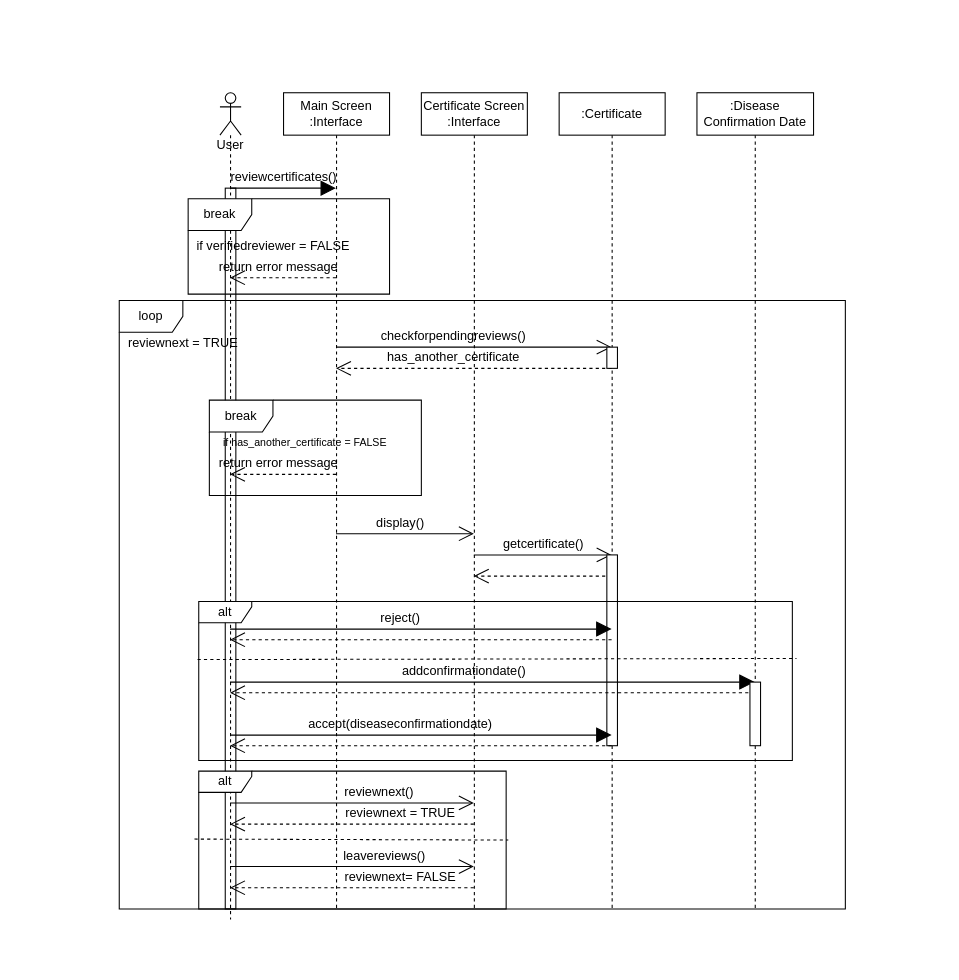
The draw.io diagram Documents/DrawioResources/4th cycle/SequenceDiagramCertificateReview.drawio in Mario-Sama/SoftEngProject2021, before the edit. Source tidied: cells renumbered, new cells numbered last; positions are measured from the earlier drawing's top-left corner, leaving out a move shared by most shapes. Both pictures are drawn from the tidied source at 106%, with x=0, y=0 at pixel (119, 92).
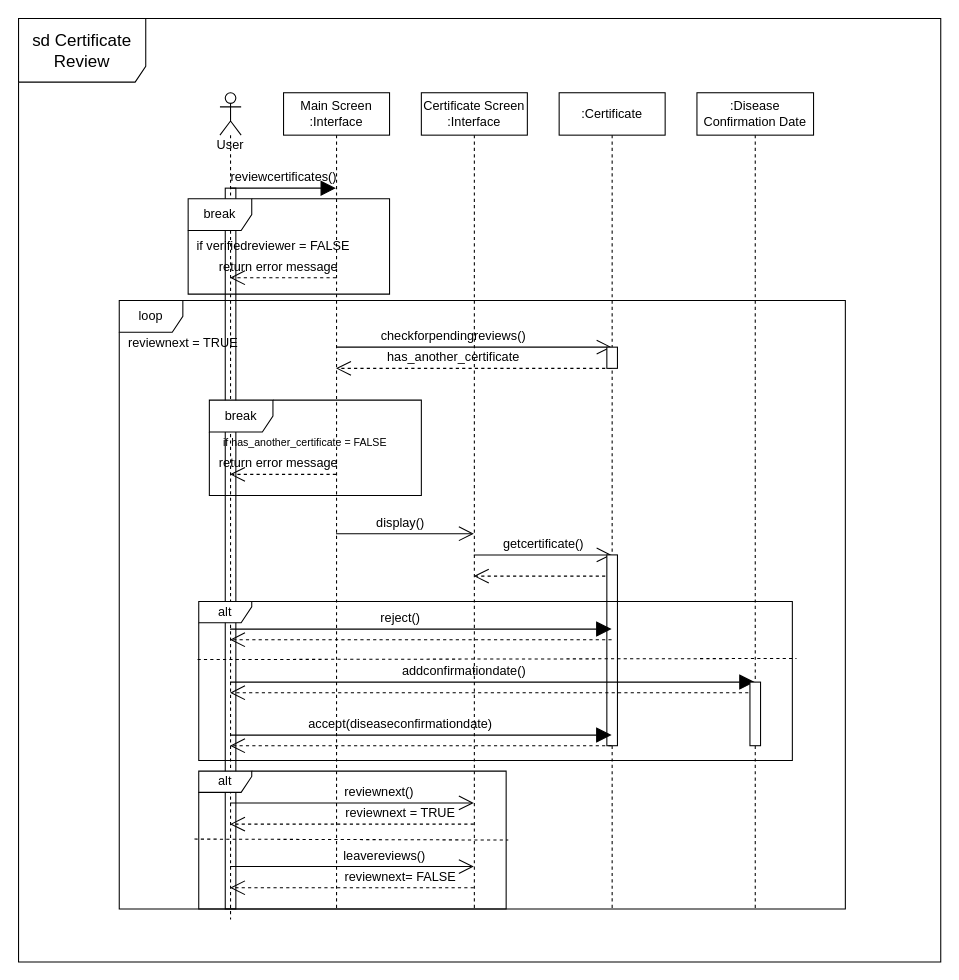
After the change.

Change to the diagram source:
```diff
@@
+    <mxCell id="53" value="&lt;font style=&quot;font-size: 16px&quot;&gt;sd Certificate Review&lt;/font&gt;" style="shape=umlFrame;whiteSpace=wrap;html=1;width=120;height=60;" parent="1" vertex="1">
+      <mxGeometry x="-95" y="-70" width="870" height="890" as="geometry" />
+    </mxCell>
```
